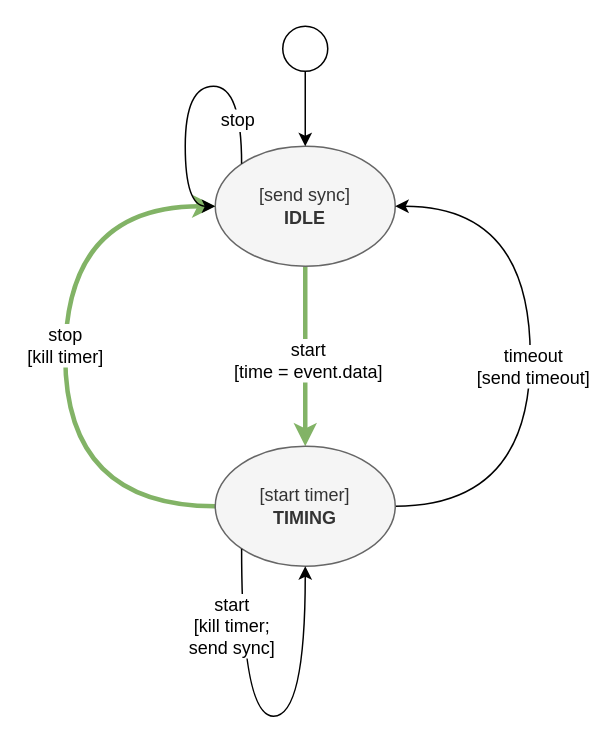
guitarvydas/ag-js-3 keeps this draw.io diagram as page "Timer State Machine" (3 of 8) of drawing.drawio. Above is the earlier version. Source tidied: cells renumbered, new cells numbered last; positions are measured from the earlier drawing's top-left corner, leaving out a move shared by most shapes. Both pictures are drawn from the tidied source at 150%, with x=0, y=0 at pixel (64, 26).
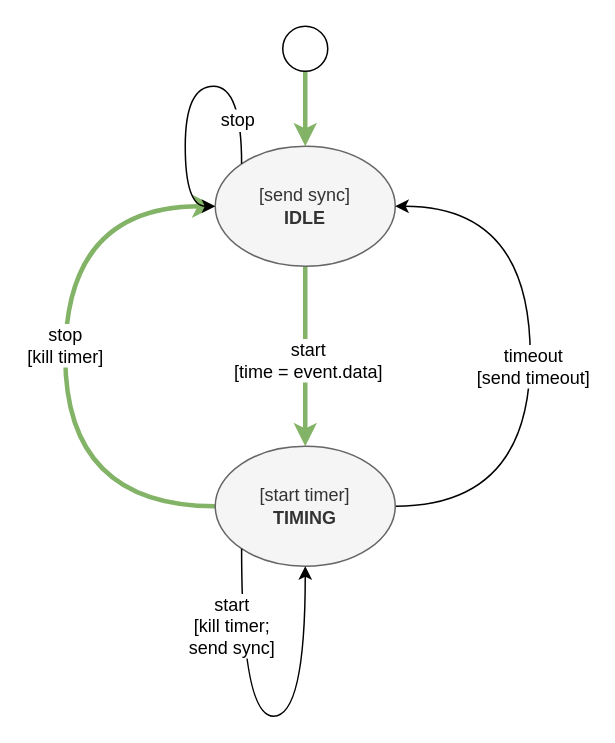
Above is the later version.

Unchanged cells that the change refers to:
```xml
<mxCell id="4" value="[send sync]&lt;br&gt;&lt;b&gt;IDLE&lt;/b&gt;" style="ellipse;whiteSpace=wrap;html=1;fillColor=#f5f5f5;strokeColor=#666666;fontColor=#333333;" parent="1" vertex="1">
  <mxGeometry x="100" y="80" width="120" height="80" as="geometry" />
</mxCell>
<mxCell id="13" style="ellipse;whiteSpace=wrap;html=1;" parent="1" vertex="1">
  <mxGeometry x="145" width="30" height="30" as="geometry" />
</mxCell>
```

Change to the diagram source:
```diff
@@
-    <mxCell id="12" style="edgeStyle=orthogonalEdgeStyle;curved=1;jettySize=auto;html=1;" parent="1" edge="1" source="13" target="4">
+    <mxCell id="12" style="edgeStyle=orthogonalEdgeStyle;curved=1;jettySize=auto;html=1;fillColor=#d5e8d4;strokeColor=#82b366;strokeWidth=3;" parent="1" edge="1" source="13" target="4">
       <mxGeometry relative="1" as="geometry" />
     </mxCell>
```
